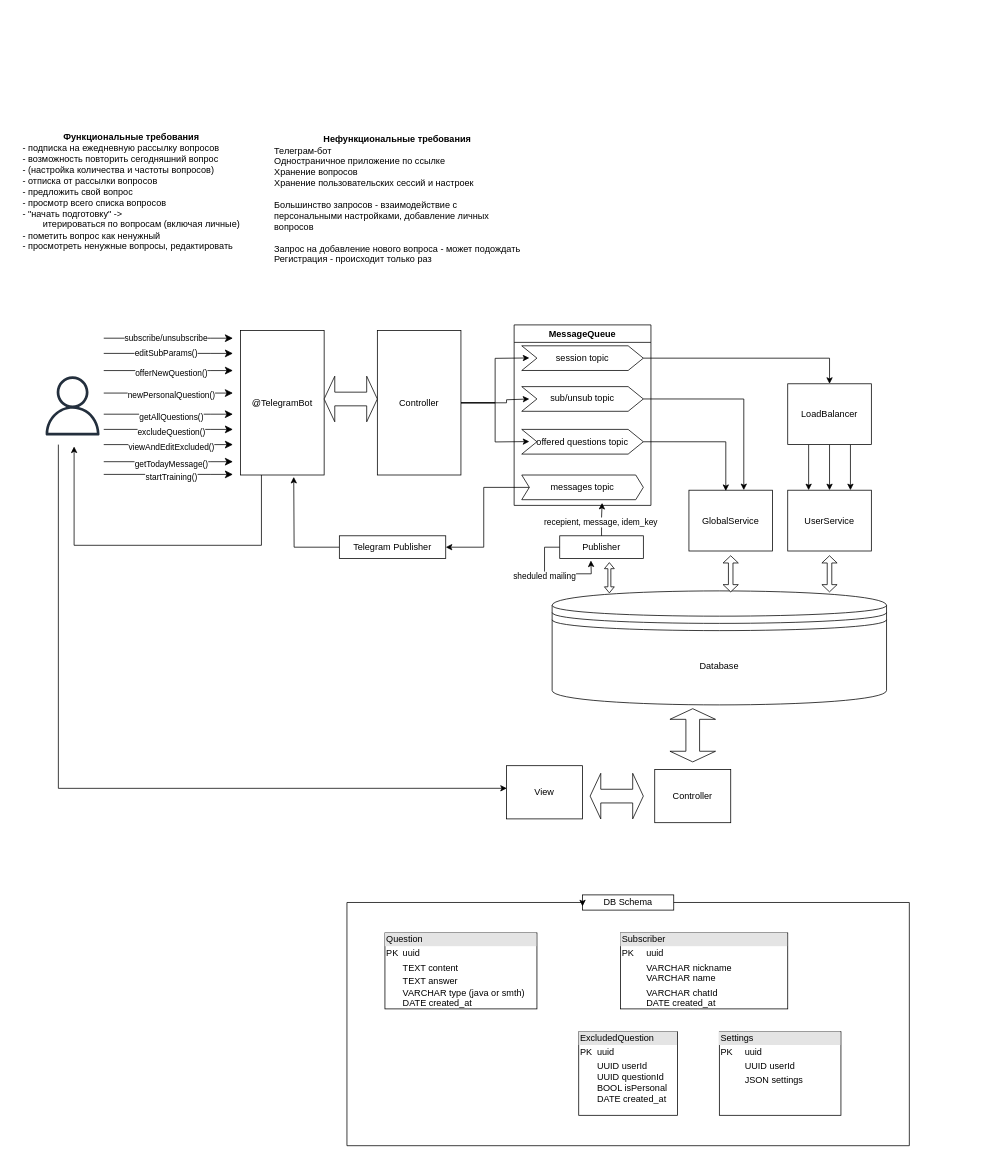
Above: SobesCracker.drawio in maksarts/test-project-files (draw.io), before the change. Source tidied: cells renumbered, new cells numbered last; positions are measured from the earlier drawing's top-left corner, leaving out a move shared by most shapes. Both pictures are drawn from the tidied source at 76%, with x=0, y=0 at pixel (13, 127).
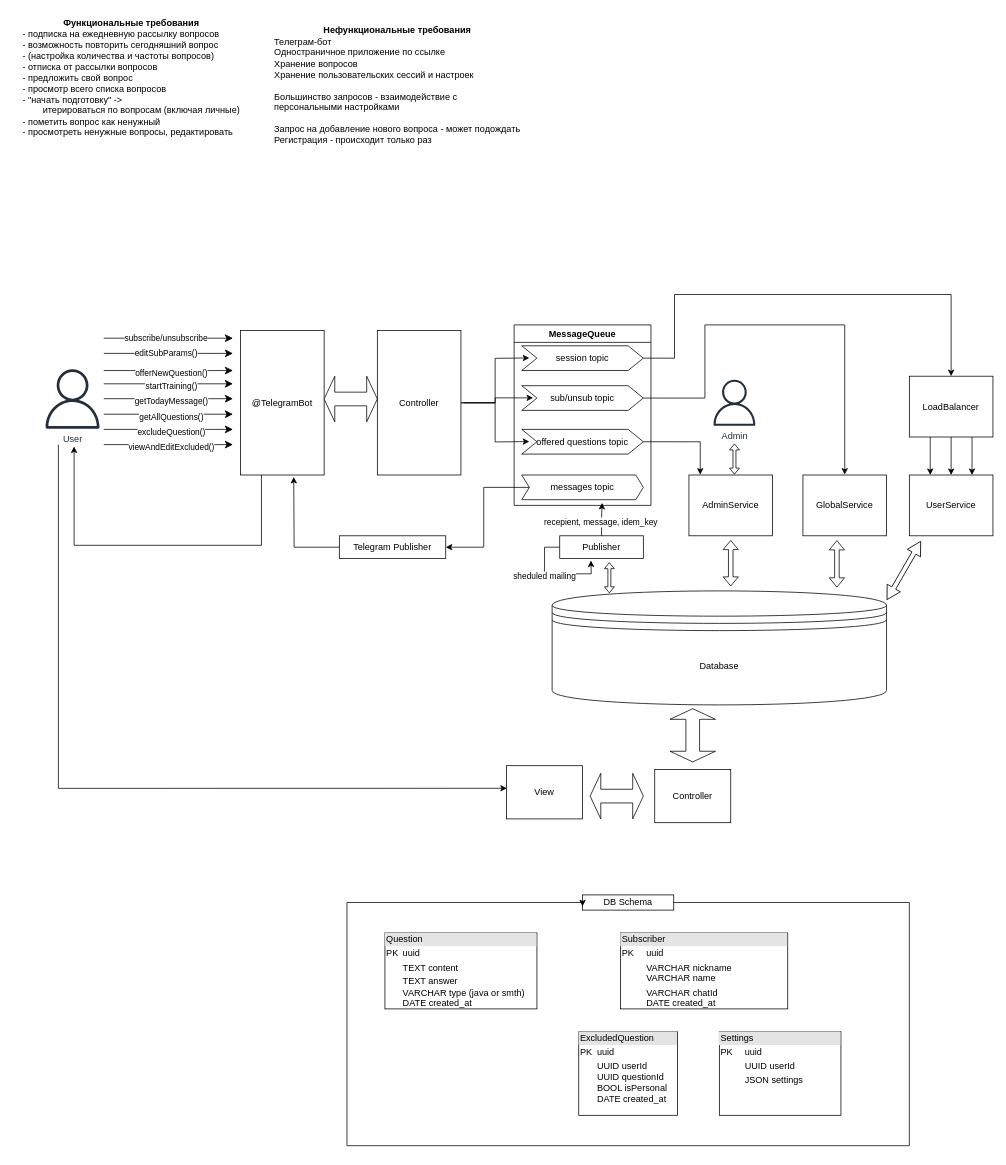
Above is the later version.

Unchanged cells that the change refers to:
```xml
<mxCell id="23" value="Controller" style="html=1;whiteSpace=wrap;" parent="1" vertex="1">
  <mxGeometry x="479" y="267.5" width="110" height="190" as="geometry" />
</mxCell>
<mxCell id="27" value="MessageQueue" style="swimlane;whiteSpace=wrap;html=1;" parent="1" vertex="1">
  <mxGeometry x="659" y="260" width="180" height="237.5" as="geometry" />
</mxCell>
<mxCell id="28" value="session topic" style="shape=step;perimeter=stepPerimeter;whiteSpace=wrap;html=1;fixedSize=1;" parent="27" vertex="1">
  <mxGeometry x="10" y="27.5" width="160" height="32.5" as="geometry" />
</mxCell>
<mxCell id="30" value="offered questions topic" style="shape=step;perimeter=stepPerimeter;whiteSpace=wrap;html=1;fixedSize=1;" parent="27" vertex="1">
  <mxGeometry x="10" y="137.5" width="160" height="32.5" as="geometry" />
</mxCell>
```

Diff of the diagram source:
```diff
@@
     <mxCell id="3" value="&lt;b&gt;Функциональные требования&lt;/b&gt;&lt;div style=&quot;text-align: left;&quot;&gt;- подписка на ежедневную рассылку вопросов&amp;nbsp;&lt;/div&gt;&lt;div style=&quot;text-align: left;&quot;&gt;- возможность повторить сегодняшний вопрос&lt;/div&gt;&lt;div style=&quot;text-align: left;&quot;&gt;- (настройка количества и частоты вопросов)&lt;/div&gt;&lt;div style=&quot;text-align: left;&quot;&gt;- отписка от рассылки вопросов&lt;/div&gt;&lt;div style=&quot;text-align: left;&quot;&gt;- предложить свой вопрос&lt;/div&gt;&lt;div style=&quot;text-align: left;&quot;&gt;- просмотр всего списка вопросов&lt;/div&gt;&lt;div style=&quot;text-align: left;&quot;&gt;&lt;span style=&quot;background-color: initial;&quot;&gt;- &quot;начать подготовку&quot; -&amp;gt;&amp;nbsp;&lt;/span&gt;&lt;/div&gt;&lt;div style=&quot;text-align: left;&quot;&gt;&lt;span style=&quot;white-space: pre;&quot;&gt;&#9;&lt;/span&gt;итерироваться по вопросам (включая личные)&lt;/div&gt;&lt;div style=&quot;text-align: left;&quot;&gt;- пометить вопрос как ненужный&lt;/div&gt;&lt;div style=&quot;text-align: left;&quot;&gt;- просмотреть ненужные вопросы, редактировать&lt;/div&gt;" style="text;html=1;align=center;verticalAlign=middle;strokeColor=none;fillColor=none;" parent="1" vertex="1">
-      <mxGeometry width="310" height="170" as="geometry" />
+      <mxGeometry y="-150" width="310" height="170" as="geometry" />
     </mxCell>
-    <mxCell id="4" value="&lt;b&gt;Нефункциональные требования&lt;/b&gt;&lt;div style=&quot;text-align: left;&quot;&gt;Телеграм-бот&lt;/div&gt;&lt;div style=&quot;text-align: left;&quot;&gt;Одностраничное приложение по ссылке&lt;/div&gt;&lt;div style=&quot;text-align: left;&quot;&gt;Хранение вопросов&lt;/div&gt;&lt;div style=&quot;text-align: left;&quot;&gt;Хранение пользовательских сессий и настроек&lt;/div&gt;&lt;div style=&quot;text-align: left;&quot;&gt;&lt;br&gt;&lt;/div&gt;&lt;div style=&quot;text-align: left;&quot;&gt;Большинство запросов - взаимодействие с&lt;/div&gt;&lt;div style=&quot;text-align: left;&quot;&gt;персональными настройками, добавление личных&lt;/div&gt;&lt;div style=&quot;text-align: left;&quot;&gt;вопросов&lt;/div&gt;&lt;div style=&quot;text-align: left;&quot;&gt;&lt;br&gt;&lt;/div&gt;&lt;div style=&quot;text-align: left;&quot;&gt;Запрос на добавление нового вопроса - может подождать&lt;/div&gt;&lt;div style=&quot;text-align: left;&quot;&gt;Регистрация - происходит только раз&lt;/div&gt;" style="text;html=1;align=center;verticalAlign=middle;strokeColor=none;fillColor=none;" parent="1" vertex="1">
-      <mxGeometry x="330" width="350" height="190" as="geometry" />
+    <mxCell id="4" value="&lt;b&gt;Нефункциональные требования&lt;/b&gt;&lt;div style=&quot;text-align: left;&quot;&gt;Телеграм-бот&lt;/div&gt;&lt;div style=&quot;text-align: left;&quot;&gt;Одностраничное приложение по ссылке&lt;/div&gt;&lt;div style=&quot;text-align: left;&quot;&gt;Хранение вопросов&lt;/div&gt;&lt;div style=&quot;text-align: left;&quot;&gt;Хранение пользовательских сессий и настроек&lt;/div&gt;&lt;div style=&quot;text-align: left;&quot;&gt;&lt;br&gt;&lt;/div&gt;&lt;div style=&quot;text-align: left;&quot;&gt;Большинство запросов - взаимодействие с&lt;/div&gt;&lt;div style=&quot;text-align: left;&quot;&gt;персональными настройками&lt;/div&gt;&lt;div style=&quot;text-align: left;&quot;&gt;&lt;br&gt;&lt;/div&gt;&lt;div style=&quot;text-align: left;&quot;&gt;Запрос на добавление нового вопроса - может подождать&lt;/div&gt;&lt;div style=&quot;text-align: left;&quot;&gt;Регистрация - происходит только раз&lt;/div&gt;" style="text;html=1;align=center;verticalAlign=middle;strokeColor=none;fillColor=none;" parent="1" vertex="1">
+      <mxGeometry x="330" y="-140" width="350" height="170" as="geometry" />
     </mxCell>
@@
-    <mxCell id="12" style="edgeStyle=segmentEdgeStyle;endArrow=classic;html=1;curved=0;rounded=0;endSize=8;startSize=8;" parent="1" edge="1">
-      <mxGeometry relative="1" as="geometry">
-        <mxPoint x="119" y="349.7" as="sourcePoint" />
-        <mxPoint x="289" y="349.7" as="targetPoint" />
-        <Array as="points">
-          <mxPoint x="259" y="349.7" />
-        </Array>
-      </mxGeometry>
-    </mxCell>
-    <mxCell id="13" value="newPersonalQuestion()" style="edgeLabel;html=1;align=center;verticalAlign=middle;" parent="12" vertex="1">
-      <mxGeometry x="0.03" y="-3" relative="1" as="geometry" />
-    </mxCell>
@@
-    <mxCell id="21" style="edgeStyle=orthogonalEdgeStyle;rounded=0;jettySize=auto;html=1;exitX=1;exitY=0.5;exitDx=0;exitDy=0;" parent="1" edge="1" source="23">
+    <mxCell id="21" style="edgeStyle=orthogonalEdgeStyle;rounded=0;orthogonalLoop=1;jettySize=auto;html=1;exitX=1;exitY=0.5;exitDx=0;exitDy=0;" parent="1" edge="1">
       <mxGeometry relative="1" as="geometry">
-        <mxPoint x="679" y="357.5" as="targetPoint" />
+        <mxPoint x="593" y="362.5" as="sourcePoint" />
+        <mxPoint x="684" y="356" as="targetPoint" />
         <Array as="points">
-          <mxPoint x="649" y="362.5" />
-          <mxPoint x="649" y="358.5" />
-          <mxPoint x="679" y="358.5" />
+          <mxPoint x="634" y="362" />
+          <mxPoint x="634" y="356" />
         </Array>
       </mxGeometry>
     </mxCell>
@@
     <mxCell id="29" value="sub/unsub topic" style="shape=step;perimeter=stepPerimeter;whiteSpace=wrap;html=1;fixedSize=1;" parent="27" vertex="1">
-      <mxGeometry x="10" y="81.2" width="160" height="32.5" as="geometry" />
+      <mxGeometry x="10" y="80" width="160" height="32.5" as="geometry" />
     </mxCell>
@@
     <mxCell id="32" value="GlobalService" style="html=1;whiteSpace=wrap;" parent="1" vertex="1">
-      <mxGeometry x="889" y="477.5" width="110" height="80" as="geometry" />
+      <mxGeometry x="1039" y="457.5" width="110" height="80" as="geometry" />
     </mxCell>
-    <mxCell id="33" style="edgeStyle=orthogonalEdgeStyle;rounded=0;jettySize=auto;html=1;exitX=1;exitY=0.5;exitDx=0;exitDy=0;entryX=0.656;entryY=-0.001;entryDx=0;entryDy=0;entryPerimeter=0;" parent="1" edge="1" source="29" target="32">
-      <mxGeometry relative="1" as="geometry" />
+    <mxCell id="33" style="edgeStyle=orthogonalEdgeStyle;rounded=0;jettySize=auto;html=1;exitX=1;exitY=0.5;exitDx=0;exitDy=0;" parent="1" edge="1" source="29">
+      <mxGeometry relative="1" as="geometry">
+        <mxPoint x="1094" y="457" as="targetPoint" />
+        <Array as="points">
+          <mxPoint x="910" y="357" />
+          <mxPoint x="910" y="260" />
+          <mxPoint x="1094" y="260" />
+          <mxPoint x="1094" y="457" />
+        </Array>
+      </mxGeometry>
     </mxCell>
-    <mxCell id="34" style="edgeStyle=orthogonalEdgeStyle;rounded=0;jettySize=auto;html=1;exitX=1;exitY=0.5;exitDx=0;exitDy=0;entryX=0.441;entryY=0.013;entryDx=0;entryDy=0;entryPerimeter=0;" parent="1" edge="1" source="30" target="32">
+    <mxCell id="34" style="edgeStyle=orthogonalEdgeStyle;rounded=0;jettySize=auto;html=1;exitX=1;exitY=0.5;exitDx=0;exitDy=0;entryX=0.135;entryY=-0.006;entryDx=0;entryDy=0;entryPerimeter=0;" parent="1" edge="1" source="30" target="67">
       <mxGeometry relative="1" as="geometry" />
     </mxCell>
@@
     <mxCell id="38" value="LoadBalancer" style="html=1;whiteSpace=wrap;" parent="1" vertex="1">
-      <mxGeometry x="1019" y="337.5" width="110" height="80" as="geometry" />
+      <mxGeometry x="1179" y="327.5" width="110" height="80" as="geometry" />
     </mxCell>
     <mxCell id="39" style="edgeStyle=orthogonalEdgeStyle;rounded=0;jettySize=auto;html=1;exitX=1;exitY=0.5;exitDx=0;exitDy=0;entryX=0.5;entryY=0;entryDx=0;entryDy=0;" parent="1" edge="1" source="28" target="38">
-      <mxGeometry relative="1" as="geometry" />
+      <mxGeometry relative="1" as="geometry">
+        <Array as="points">
+          <mxPoint x="870" y="304" />
+          <mxPoint x="870" y="220" />
+          <mxPoint x="1234" y="220" />
+        </Array>
+      </mxGeometry>
     </mxCell>
     <mxCell id="40" value="UserService" style="html=1;whiteSpace=wrap;" parent="1" vertex="1">
-      <mxGeometry x="1019" y="477.5" width="110" height="80" as="geometry" />
+      <mxGeometry x="1179" y="457.5" width="110" height="80" as="geometry" />
     </mxCell>
@@
     <mxCell id="48" style="shape=doubleArrow;whiteSpace=wrap;html=1;rotation=90;" parent="1" vertex="1">
-      <mxGeometry x="920.2" y="577.5" width="47.5" height="20" as="geometry" />
+      <mxGeometry x="914.1" y="563.6" width="59.8" height="20" as="geometry" />
     </mxCell>
     <mxCell id="49" style="shape=doubleArrow;whiteSpace=wrap;html=1;rotation=90;" parent="1" vertex="1">
-      <mxGeometry x="1050.2" y="577.5" width="47.5" height="20" as="geometry" />
+      <mxGeometry x="1053.1" y="564.4" width="61.2" height="20" as="geometry" />
     </mxCell>
@@
     <mxCell id="56" style="edgeStyle=segmentEdgeStyle;endArrow=classic;html=1;curved=0;rounded=0;endSize=8;startSize=8;" parent="1" edge="1">
       <mxGeometry relative="1" as="geometry">
-        <mxPoint x="119" y="440" as="sourcePoint" />
-        <mxPoint x="289" y="440" as="targetPoint" />
+        <mxPoint x="119" y="357.1" as="sourcePoint" />
+        <mxPoint x="289" y="357.1" as="targetPoint" />
         <Array as="points">
-          <mxPoint x="259" y="440" />
+          <mxPoint x="259" y="357.1" />
         </Array>
       </mxGeometry>
     </mxCell>
@@
     <mxCell id="58" style="edgeStyle=segmentEdgeStyle;endArrow=classic;html=1;curved=0;rounded=0;endSize=8;startSize=8;" parent="1" edge="1">
       <mxGeometry relative="1" as="geometry">
-        <mxPoint x="119" y="456.7" as="sourcePoint" />
-        <mxPoint x="289" y="456.7" as="targetPoint" />
+        <mxPoint x="119" y="337.5" as="sourcePoint" />
+        <mxPoint x="289" y="337.5" as="targetPoint" />
         <Array as="points">
-          <mxPoint x="259" y="456.7" />
+          <mxPoint x="259" y="337.5" />
         </Array>
       </mxGeometry>
     </mxCell>
@@
-    <mxCell id="65" style="sketch=0;fontColor=#232F3E;gradientColor=none;fillColor=#232F3D;strokeColor=none;dashed=0;verticalLabelPosition=bottom;verticalAlign=top;align=center;html=1;fontSize=12;fontStyle=0;shape=mxgraph.aws4.user;" parent="1" vertex="1">
-      <mxGeometry x="39" y="327.5" width="78" height="78" as="geometry" />
+    <mxCell id="65" value="User" style="sketch=0;fontColor=#232F3E;gradientColor=none;fillColor=#232F3D;strokeColor=none;dashed=0;verticalLabelPosition=bottom;verticalAlign=top;align=center;html=1;fontSize=12;fontStyle=0;shape=mxgraph.aws4.user;" parent="1" vertex="1">
+      <mxGeometry x="39" y="318.5" width="78" height="78" as="geometry" />
     </mxCell>
@@
+    <mxCell id="67" value="AdminService" style="html=1;whiteSpace=wrap;" parent="1" vertex="1">
+      <mxGeometry x="889" y="457.5" width="110" height="80" as="geometry" />
+    </mxCell>
+    <mxCell id="68" style="shape=doubleArrow;whiteSpace=wrap;html=1;rotation=120;" parent="1" vertex="1">
+      <mxGeometry x="1127.5" y="573.2" width="88.5" height="20" as="geometry" />
+    </mxCell>
+    <mxCell id="69" value="Admin" style="sketch=0;fontColor=#232F3E;gradientColor=none;fillColor=#232F3D;strokeColor=none;dashed=0;verticalLabelPosition=bottom;verticalAlign=top;align=center;html=1;fontSize=12;fontStyle=0;shape=mxgraph.aws4.user;" parent="1" vertex="1">
+      <mxGeometry x="918.6" y="332.2" width="60.5" height="60.5" as="geometry" />
+    </mxCell>
+    <mxCell id="70" style="shape=doubleArrow;whiteSpace=wrap;html=1;rotation=90;" parent="1" vertex="1">
+      <mxGeometry x="929" y="430" width="39.8" height="13" as="geometry" />
+    </mxCell>
```
